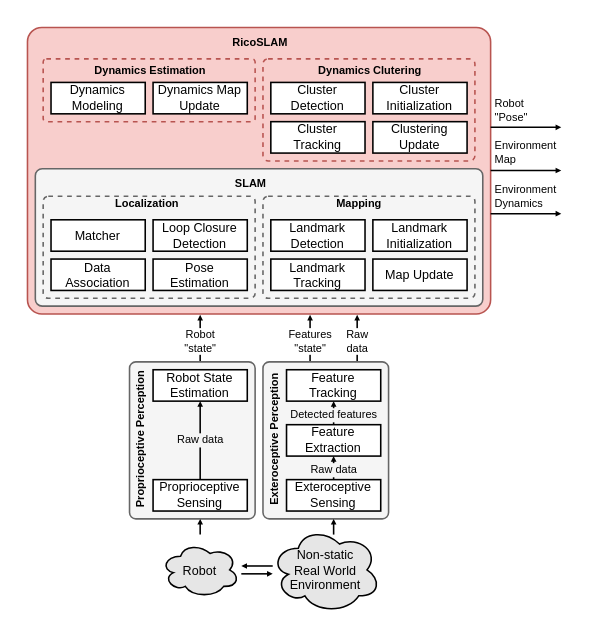
Earlier version of the draw.io diagram page "ricoslam_v1" (3 of 3) of doc/diagrams/statement.drawio (sousarbarb/phd-trp). Source tidied: cells renumbered, new cells numbered last; positions are measured from the earlier drawing's top-left corner, leaving out a move shared by most shapes. Both pictures are drawn from the tidied source at 157%, with x=0, y=0 at pixel (27, 27).
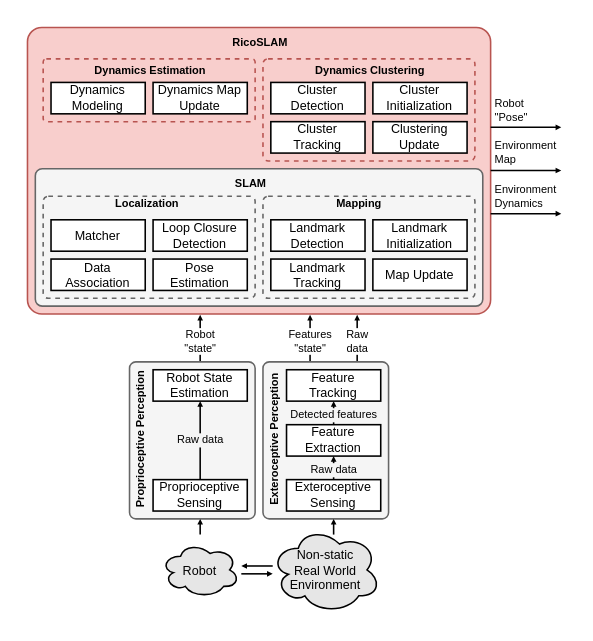
The same page after the edit.

Unchanged cells that the change refers to:
```xml
<mxCell id="32" style="group;" parent="29" vertex="1">
  <mxGeometry x="150" y="20" width="135" height="65" as="geometry" />
</mxCell>
```

Diff of the diagram source:
```diff
@@
-    <mxCell id="38" value="Dynamics Clutering" style="text;html=1;align=center;verticalAlign=middle;strokeColor=none;fillColor=none;fontSize=7;spacing=0;rotation=0;fontStyle=1;spacingTop=-5;spacingBottom=-5;" parent="32" vertex="1">
-      <mxGeometry x="25" y="5.5" width="85" height="5" as="geometry" />
+    <mxCell id="38" value="Dynamics Clustering" style="text;html=1;align=center;verticalAlign=middle;strokeColor=none;fillColor=none;fontSize=7;spacing=0;rotation=0;fontStyle=1;spacingTop=-5;spacingBottom=-5;" parent="32" vertex="1">
+      <mxGeometry x="25" y="6.5" width="85" height="3" as="geometry" />
     </mxCell>
```
